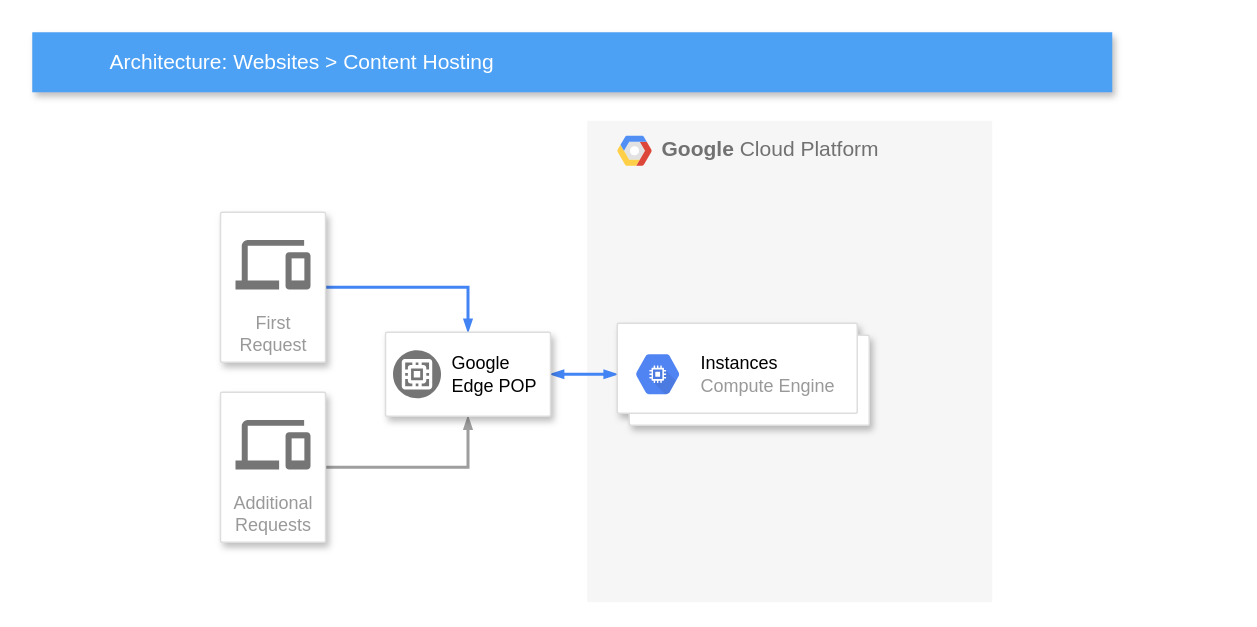
Above: craft/Untitled Diagram.drawio in feihu618/drawio (draw.io), before the change. Source tidied: cells renumbered, new cells numbered last; positions are measured from the earlier drawing's top-left corner, leaving out a move shared by most shapes. Both pictures are drawn from the tidied source at 150%, with x=0, y=0 at pixel (32, 32).
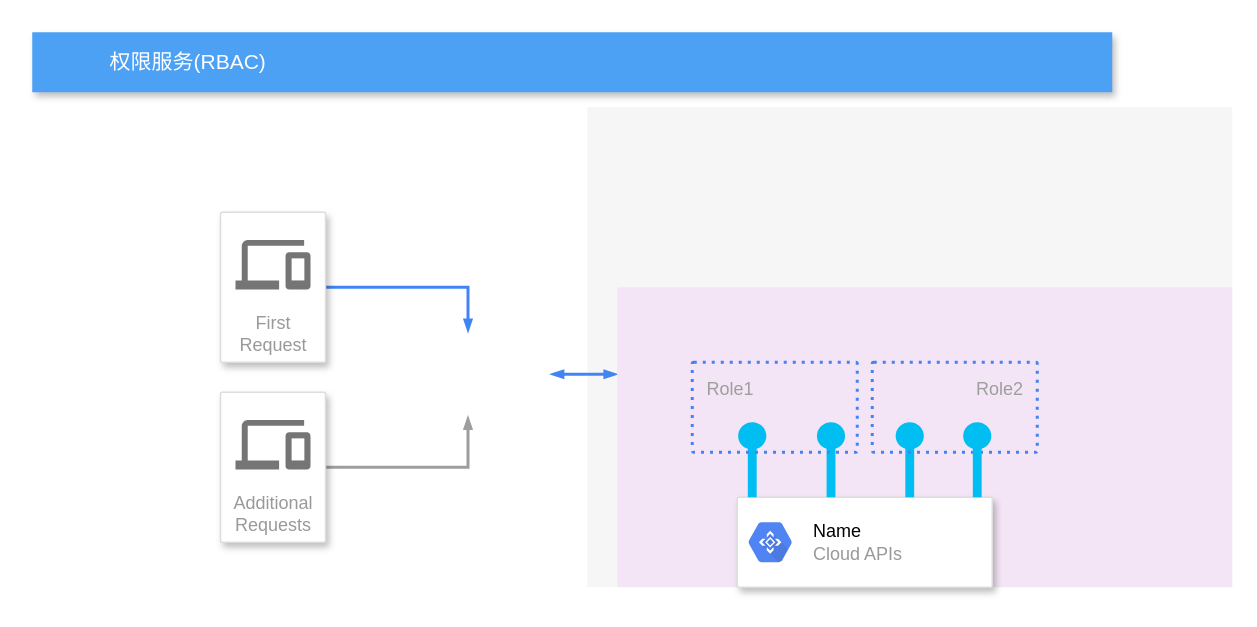
The same diagram, later.

Unchanged cells that the change refers to:
```xml
<mxCell id="6" value="First Request" style="strokeColor=#dddddd;fillColor=#ffffff;shadow=1;strokeWidth=1;rounded=1;absoluteArcSize=1;arcSize=2;labelPosition=center;verticalLabelPosition=middle;align=center;verticalAlign=bottom;spacingLeft=0;fontColor=#999999;fontSize=12;whiteSpace=wrap;spacingBottom=2;html=1;" parent="1" vertex="1">
  <mxGeometry x="125.5" y="120" width="70" height="100" as="geometry" />
</mxCell>
<mxCell id="9" value="Additional Requests&lt;br&gt;" style="strokeColor=#dddddd;fillColor=#ffffff;shadow=1;strokeWidth=1;rounded=1;absoluteArcSize=1;arcSize=2;labelPosition=center;verticalLabelPosition=middle;align=center;verticalAlign=bottom;spacingLeft=0;fontColor=#999999;fontSize=12;whiteSpace=wrap;spacingBottom=2;html=1;" parent="1" vertex="1">
  <mxGeometry x="125.5" y="240" width="70" height="100" as="geometry" />
</mxCell>
```

What changed in the source:
```diff
@@
-    <mxCell id="2" value="&lt;b&gt;Google &lt;/b&gt;Cloud Platform" style="fillColor=#F6F6F6;strokeColor=none;shadow=0;gradientColor=none;fontSize=14;align=left;spacing=10;fontColor=#717171;9E9E9E;verticalAlign=top;spacingTop=-4;fontStyle=0;spacingLeft=40;html=1;" parent="1" vertex="1">
-      <mxGeometry x="370" y="59" width="270" height="321" as="geometry" />
+    <mxCell id="2" style="fillColor=#F6F6F6;strokeColor=none;shadow=0;gradientColor=none;fontSize=14;align=left;spacing=10;fontColor=#717171;9E9E9E;verticalAlign=top;spacingTop=-4;fontStyle=0;spacingLeft=40;html=1;" parent="1" vertex="1">
+      <mxGeometry x="370" y="50" width="430" height="320" as="geometry" />
     </mxCell>
-    <mxCell id="3" style="shape=mxgraph.gcp2.google_cloud_platform;fillColor=#F6F6F6;strokeColor=none;shadow=0;gradientColor=none;" parent="2" vertex="1">
-      <mxGeometry width="23" height="20" relative="1" as="geometry">
-        <mxPoint x="20" y="10" as="offset" />
-      </mxGeometry>
-    </mxCell>
-    <mxCell id="4" value="Architecture: Websites &amp;gt; Content Hosting" style="fillColor=#4DA1F5;strokeColor=none;shadow=1;gradientColor=none;fontSize=14;align=left;spacingLeft=50;fontColor=#ffffff;html=1;" parent="1" vertex="1">
+    <mxCell id="4" value="权限服务(RBAC)" style="fillColor=#4DA1F5;strokeColor=none;shadow=1;gradientColor=none;fontSize=14;align=left;spacingLeft=50;fontColor=#ffffff;html=1;" parent="1" vertex="1">
       <mxGeometry width="720" height="40" as="geometry" />
     </mxCell>
-    <mxCell id="5" style="edgeStyle=orthogonalEdgeStyle;rounded=0;html=1;labelBackgroundColor=none;startFill=1;startSize=4;endArrow=blockThin;endFill=1;endSize=4;jettySize=auto;strokeColor=#4284F3;strokeWidth=2;fontSize=12;fontColor=#000000;align=left;dashed=0;" parent="1" edge="1" source="6" target="12">
+    <mxCell id="5" style="edgeStyle=orthogonalEdgeStyle;rounded=0;html=1;labelBackgroundColor=none;startFill=1;startSize=4;endArrow=blockThin;endFill=1;endSize=4;jettySize=auto;strokeColor=#4284F3;strokeWidth=2;fontSize=12;fontColor=#000000;align=left;dashed=0;" parent="1" edge="1" source="6">
       <mxGeometry relative="1" as="geometry">
+        <mxPoint x="290.5" y="200" as="targetPoint" />
         <Array as="points">
           <mxPoint x="290.5" y="170" />
         </Array>
       </mxGeometry>
     </mxCell>
@@
-    <mxCell id="8" style="edgeStyle=orthogonalEdgeStyle;rounded=0;html=1;labelBackgroundColor=none;startFill=1;startSize=4;endArrow=blockThin;endFill=1;endSize=4;jettySize=auto;strokeColor=#9E9E9E;strokeWidth=2;fontSize=12;fontColor=#000000;align=left;dashed=0;" parent="1" edge="1" source="9" target="12">
+    <mxCell id="8" style="edgeStyle=orthogonalEdgeStyle;rounded=0;html=1;labelBackgroundColor=none;startFill=1;startSize=4;endArrow=blockThin;endFill=1;endSize=4;jettySize=auto;strokeColor=#9E9E9E;strokeWidth=2;fontSize=12;fontColor=#000000;align=left;dashed=0;" parent="1" edge="1" source="9">
       <mxGeometry relative="1" as="geometry">
+        <mxPoint x="290.5" y="256" as="targetPoint" />
         <Array as="points">
           <mxPoint x="290.5" y="290" />
         </Array>
       </mxGeometry>
     </mxCell>
@@
-    <mxCell id="11" style="edgeStyle=orthogonalEdgeStyle;rounded=0;html=1;labelBackgroundColor=none;startFill=1;startSize=4;endArrow=blockThin;endFill=1;endSize=4;jettySize=auto;strokeColor=#4284F3;strokeWidth=2;fontSize=12;fontColor=#000000;align=left;dashed=0;startArrow=blockThin;" parent="1" edge="1" source="12" target="14">
-      <mxGeometry relative="1" as="geometry" />
+    <mxCell id="11" style="edgeStyle=orthogonalEdgeStyle;rounded=0;html=1;labelBackgroundColor=none;startFill=1;startSize=4;endArrow=blockThin;endFill=1;endSize=4;jettySize=auto;orthogonalLoop=1;strokeColor=#4284F3;strokeWidth=2;fontSize=12;fontColor=#000000;align=left;dashed=0;startArrow=blockThin;" parent="1" edge="1">
+      <mxGeometry relative="1" as="geometry">
+        <mxPoint x="345.5" y="228" as="sourcePoint" />
+        <mxPoint x="390" y="228" as="targetPoint" />
+      </mxGeometry>
     </mxCell>
-    <mxCell id="12" style="strokeColor=#dddddd;fillColor=#ffffff;shadow=1;strokeWidth=1;rounded=1;absoluteArcSize=1;arcSize=2;fontSize=11;fontColor=#9E9E9E;align=center;html=1;" parent="1" vertex="1">
-      <mxGeometry x="235.5" y="200" width="110" height="56" as="geometry" />
-    </mxCell>
-    <mxCell id="13" value="Google&#10;Edge POP" style="dashed=0;html=1;fillColor=#757575;strokeColor=none;shape=mxgraph.gcp2.google_network_edge_cache;labelPosition=right;verticalLabelPosition=middle;align=left;verticalAlign=middle;spacingLeft=5;fontColor=#000000;fontSize=12;" parent="12" vertex="1">
-      <mxGeometry y="0.5" width="32" height="32" relative="1" as="geometry">
-        <mxPoint x="5" y="-16" as="offset" />
-      </mxGeometry>
-    </mxCell>
-    <mxCell id="14" style="shape=mxgraph.gcp2.doubleRect;strokeColor=#dddddd;fillColor=#ffffff;shadow=1;strokeWidth=1;fontSize=11;fontColor=#9E9E9E;align=center;html=1;" parent="1" vertex="1">
-      <mxGeometry x="390" y="194" width="168" height="68" as="geometry" />
-    </mxCell>
-    <mxCell id="15" value="&lt;font color=&quot;#000000&quot;&gt;Instances&lt;/font&gt;&lt;br&gt;Compute Engine" style="dashed=0;html=1;fillColor=#5184F3;strokeColor=none;shape=mxgraph.gcp2.hexIcon;prIcon=compute_engine;labelPosition=right;verticalLabelPosition=middle;align=left;verticalAlign=middle;spacingLeft=5;fontColor=#999999;fontSize=12;" parent="14" vertex="1">
-      <mxGeometry y="0.5" width="44" height="39" relative="1" as="geometry">
-        <mxPoint x="5" y="-19.5" as="offset" />
-      </mxGeometry>
-    </mxCell>
+    <mxCell id="16" value="&lt;br&gt;" style="sketch=0;rounded=1;absoluteArcSize=1;arcSize=2;html=1;strokeColor=none;gradientColor=none;shadow=0;dashed=0;fontSize=12;fontColor=#9E9E9E;align=left;verticalAlign=top;spacing=10;spacingTop=-4;fillColor=#F3E5F5;" parent="1" vertex="1">
+      <mxGeometry x="390" y="170" width="410" height="200" as="geometry" />
+    </mxCell>
+    <mxCell id="17" style="strokeColor=#dddddd;shadow=1;strokeWidth=1;rounded=1;absoluteArcSize=1;arcSize=2;" parent="1" vertex="1">
+      <mxGeometry x="470" y="310" width="170" height="60" as="geometry" />
+    </mxCell>
+    <mxCell id="18" value="&lt;font color=&quot;#000000&quot;&gt;Name&lt;/font&gt;&lt;br&gt;Cloud APIs" style="sketch=0;dashed=0;html=1;fillColor=#5184F3;strokeColor=none;shape=mxgraph.gcp2.hexIcon;prIcon=cloud_apis;labelPosition=right;verticalLabelPosition=middle;align=left;verticalAlign=middle;spacingLeft=5;fontColor=#999999;fontSize=12;" parent="1" vertex="1">
+      <mxGeometry x="470" y="320.5" width="44" height="39" as="geometry" />
+    </mxCell>
+    <mxCell id="19" style="verticalLabelPosition=bottom;html=1;verticalAlign=top;align=center;strokeColor=none;fillColor=#00BEF2;shape=mxgraph.azure.service_endpoint;direction=south;" parent="1" vertex="1">
+      <mxGeometry x="522.5" y="260" width="20" height="50" as="geometry" />
+    </mxCell>
+    <mxCell id="20" style="verticalLabelPosition=bottom;html=1;verticalAlign=top;align=center;strokeColor=none;fillColor=#00BEF2;shape=mxgraph.azure.service_endpoint;direction=south;" parent="1" vertex="1">
+      <mxGeometry x="470" y="260" width="20" height="50" as="geometry" />
+    </mxCell>
+    <mxCell id="21" style="verticalLabelPosition=bottom;html=1;verticalAlign=top;align=center;strokeColor=none;fillColor=#00BEF2;shape=mxgraph.azure.service_endpoint;direction=south;" parent="1" vertex="1">
+      <mxGeometry x="575" y="260" width="20" height="50" as="geometry" />
+    </mxCell>
+    <mxCell id="22" value="Role1" style="rounded=1;absoluteArcSize=1;arcSize=2;html=1;strokeColor=#4284F3;gradientColor=none;shadow=0;dashed=1;fontSize=12;fontColor=#9E9E9E;align=left;verticalAlign=top;spacing=10;spacingTop=-4;fillColor=none;dashPattern=1 2;strokeWidth=2;" parent="1" vertex="1">
+      <mxGeometry x="440" y="220" width="110" height="60" as="geometry" />
+    </mxCell>
+    <mxCell id="23" value="Role2" style="rounded=1;absoluteArcSize=1;arcSize=2;html=1;strokeColor=#4284F3;gradientColor=none;shadow=0;dashed=1;fontSize=12;fontColor=#9E9E9E;align=right;verticalAlign=top;spacing=10;spacingTop=-4;fillColor=none;dashPattern=1 2;strokeWidth=2;" parent="1" vertex="1">
+      <mxGeometry x="560" y="220" width="110" height="60" as="geometry" />
+    </mxCell>
+    <mxCell id="24" style="verticalLabelPosition=bottom;html=1;verticalAlign=top;align=center;strokeColor=none;fillColor=#00BEF2;shape=mxgraph.azure.service_endpoint;direction=south;" parent="1" vertex="1">
+      <mxGeometry x="620" y="260" width="20" height="50" as="geometry" />
+    </mxCell>
```
